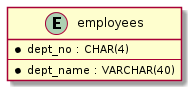
Above: images/employees-schema.png in AnsgarNell/HR-Tool-Backend (PlantUML), before the change. The source it was exported from:
```plantuml
@startuml

entity employees {
    * dept_no : CHAR(4)
    --
    * dept_name : VARCHAR(40)
}
@enduml
```
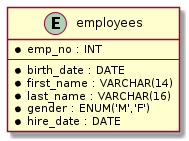
Later version of the same file.

Commit message:
Added employees entity schema.

What changed in the source:
```diff
@@ -1,8 +1,11 @@
 @startuml
-
 entity employees {
-    * dept_no : CHAR(4)
+    * emp_no : INT
     --
-    * dept_name : VARCHAR(40)
+    * birth_date : DATE
+    * first_name : VARCHAR(14)
+    * last_name : VARCHAR(16)
+    * gender : ENUM('M','F')
+    * hire_date : DATE
 }
 @enduml
```
